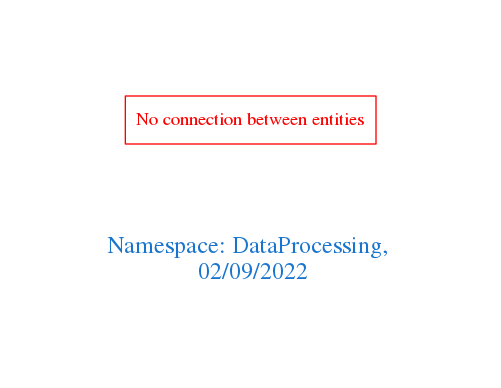
Earlier version of the Graphviz export downloads/DataProcessing.png (arago/OGIT). Its source is kept beside it as downloads/DataProcessing.dot.
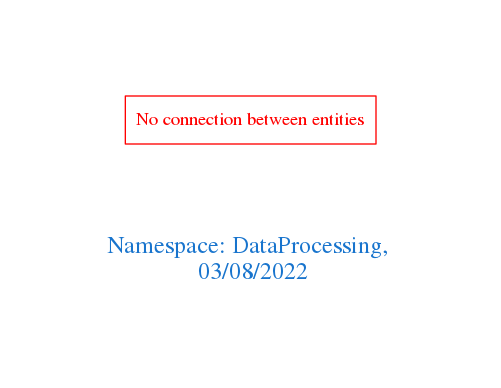
After the commit.

Change to the diagram source:
```diff
@@ -1,7 +1,7 @@
 digraph OGIT_ontology {
  graph [ rankdir= LR,pad=1
 fontsize = 18,
-fontcolor= dodgerblue3,label = "\n\n\nNamespace: DataProcessing, \n 02/09/2022"];
+fontcolor= dodgerblue3,label = "\n\n\nNamespace: DataProcessing, \n 03/08/2022"];
 node[shape=polygon];
 edge [  color="gray81"];
 
```
